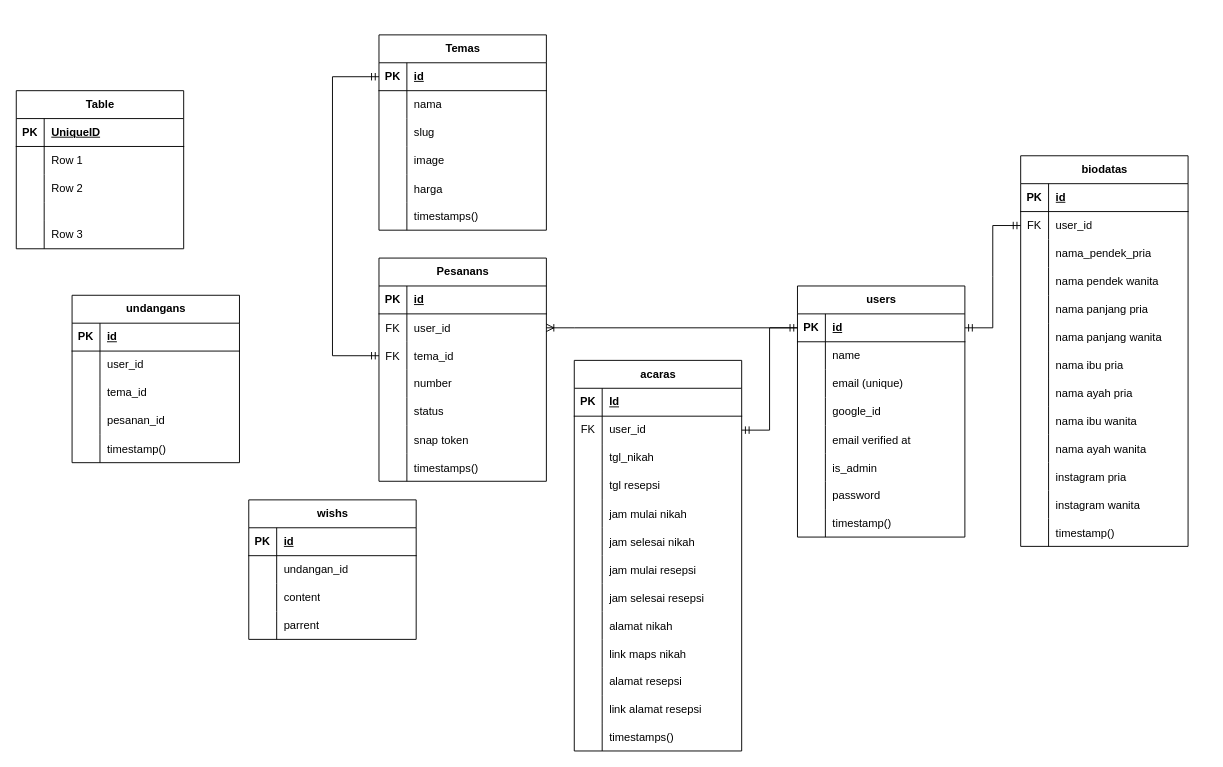
This is Untitled Diagram.drawio from herisukoco/draw.io, a draw.io file, before an edit. Source tidied: cells renumbered, new cells numbered last; positions are measured from the earlier drawing's top-left corner, leaving out a move shared by most shapes. Both pictures are drawn from the tidied source at 93%, with x=0, y=0 at pixel (16, 34).
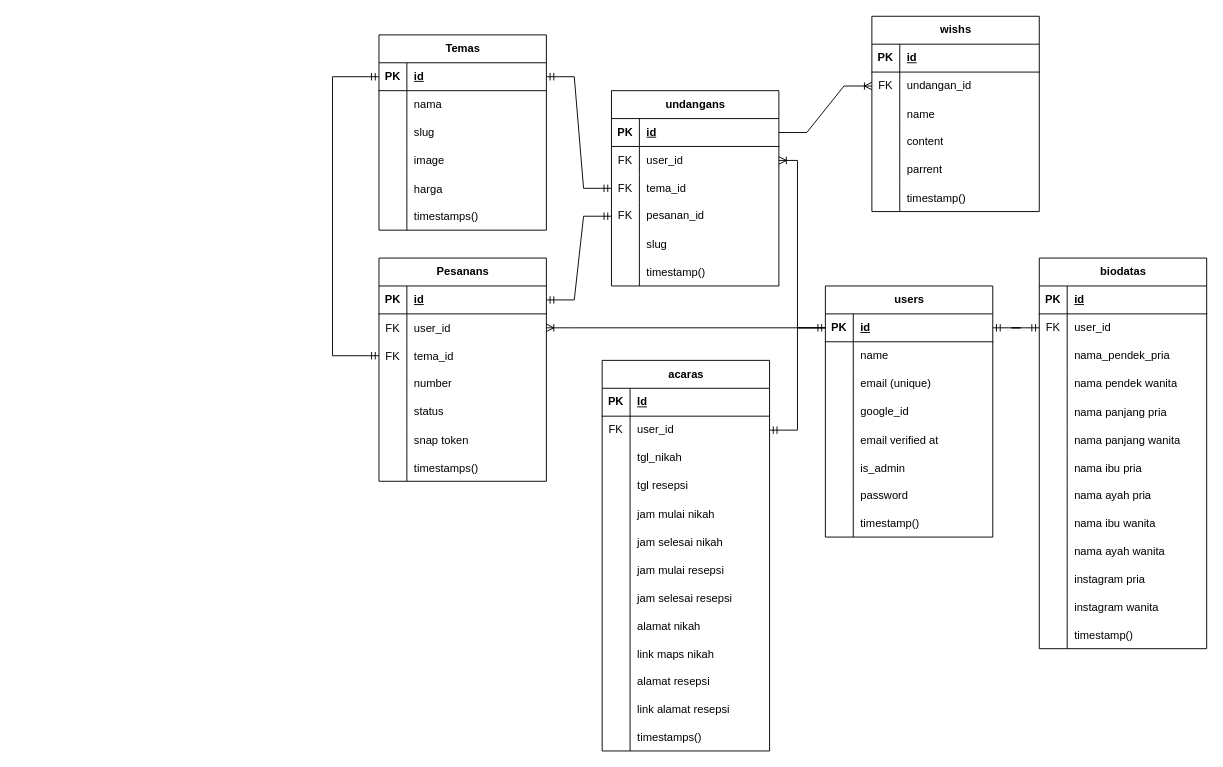
The same page after the edit.

The change refers to these unchanged cells:
```xml
<mxCell id="3" style="shape=tableRow;horizontal=0;startSize=0;swimlaneHead=0;swimlaneBody=0;fillColor=none;points=[[0,0.5],[1,0.5]];portConstraint=eastwest;top=0;left=0;right=0;bottom=1;" parent="2" vertex="1">
  <mxGeometry y="30" width="180" height="30" as="geometry" />
</mxCell>
<mxCell id="110" style="shape=tableRow;horizontal=0;startSize=0;swimlaneHead=0;swimlaneBody=0;fillColor=none;points=[[0,0.5],[1,0.5]];portConstraint=eastwest;top=0;left=0;right=0;bottom=1;" parent="109" vertex="1">
  <mxGeometry y="30" width="180" height="30" as="geometry" />
</mxCell>
<mxCell id="129" style="shape=tableRow;horizontal=0;startSize=0;swimlaneHead=0;swimlaneBody=0;fillColor=none;points=[[0,0.5],[1,0.5]];portConstraint=eastwest;top=0;left=0;right=0;bottom=1;" parent="128" vertex="1">
  <mxGeometry y="30" width="180" height="30" as="geometry" />
</mxCell>
<mxCell id="153" style="shape=tableRow;horizontal=0;startSize=0;swimlaneHead=0;swimlaneBody=0;fillColor=none;points=[[0,0.5],[1,0.5]];portConstraint=eastwest;top=0;left=0;right=0;bottom=1;" parent="152" vertex="1">
  <mxGeometry y="30" width="180" height="30" as="geometry" />
</mxCell>
<mxCell id="156" style="shape=tableRow;horizontal=0;startSize=0;swimlaneHead=0;swimlaneBody=0;fillColor=none;points=[[0,0.5],[1,0.5]];portConstraint=eastwest;top=0;left=0;right=0;bottom=0;" parent="152" vertex="1">
  <mxGeometry y="60" width="180" height="30" as="geometry" />
</mxCell>
<mxCell id="159" style="shape=tableRow;horizontal=0;startSize=0;swimlaneHead=0;swimlaneBody=0;fillColor=none;points=[[0,0.5],[1,0.5]];portConstraint=eastwest;top=0;left=0;right=0;bottom=0;" parent="152" vertex="1">
  <mxGeometry y="90" width="180" height="30" as="geometry" />
</mxCell>
<mxCell id="162" style="shape=tableRow;horizontal=0;startSize=0;swimlaneHead=0;swimlaneBody=0;fillColor=none;points=[[0,0.5],[1,0.5]];portConstraint=eastwest;top=0;left=0;right=0;bottom=0;" parent="152" vertex="1">
  <mxGeometry y="120" width="180" height="30" as="geometry" />
</mxCell>
<mxCell id="172" style="shape=tableRow;horizontal=0;startSize=0;swimlaneHead=0;swimlaneBody=0;fillColor=none;points=[[0,0.5],[1,0.5]];portConstraint=eastwest;top=0;left=0;right=0;bottom=0;" parent="168" vertex="1">
  <mxGeometry y="60" width="180" height="30" as="geometry" />
</mxCell>
```

The edit, as a diff of the source:
```diff
@@
     <mxCell id="2" value="users" style="shape=table;startSize=30;childLayout=tableLayout;rowLines=0;fontStyle=1;align=center;html=1;" parent="1" vertex="1">
-      <mxGeometry x="840" y="270" width="180" height="270" as="geometry" />
+      <mxGeometry x="870" y="270" width="180" height="270" as="geometry" />
     </mxCell>
@@
     <mxCell id="27" value="biodatas" style="shape=table;startSize=30;childLayout=tableLayout;rowLines=0;fontStyle=1;align=center;html=1;" parent="1" vertex="1">
-      <mxGeometry x="1080" y="130" width="180" height="420" as="geometry" />
+      <mxGeometry x="1100" y="240" width="180" height="420" as="geometry" />
     </mxCell>
@@
     <mxCell id="68" value="acaras" style="shape=table;startSize=30;childLayout=tableLayout;rowLines=0;fontStyle=1;align=center;html=1;" parent="1" vertex="1">
-      <mxGeometry x="600" y="350" width="180" height="420" as="geometry" />
+      <mxGeometry x="630" y="350" width="180" height="420" as="geometry" />
     </mxCell>
@@
     <mxCell id="152" value="undangans" style="shape=table;startSize=30;childLayout=tableLayout;rowLines=0;fontStyle=1;align=center;html=1;" parent="1" vertex="1">
-      <mxGeometry x="60" y="280" width="180" height="180" as="geometry" />
+      <mxGeometry x="640" y="60" width="180" height="210" as="geometry" />
     </mxCell>
@@
-    <mxCell id="157" style="shape=partialRectangle;fillColor=none;top=0;left=0;bottom=0;right=0;overflow=hidden;whiteSpace=wrap;html=1;" parent="156" vertex="1">
+    <mxCell id="157" value="FK" style="shape=partialRectangle;fillColor=none;top=0;left=0;bottom=0;right=0;overflow=hidden;whiteSpace=wrap;html=1;" parent="156" vertex="1">
       <mxGeometry width="30" height="30" as="geometry" />
     </mxCell>
@@
-    <mxCell id="160" style="shape=partialRectangle;fillColor=none;top=0;left=0;bottom=0;right=0;overflow=hidden;whiteSpace=wrap;html=1;" parent="159" vertex="1">
+    <mxCell id="160" value="FK" style="shape=partialRectangle;fillColor=none;top=0;left=0;bottom=0;right=0;overflow=hidden;whiteSpace=wrap;html=1;" parent="159" vertex="1">
       <mxGeometry width="30" height="30" as="geometry" />
     </mxCell>
@@
-    <mxCell id="163" style="shape=partialRectangle;fillColor=none;top=0;left=0;bottom=0;right=0;overflow=hidden;whiteSpace=wrap;html=1;" parent="162" vertex="1">
+    <mxCell id="163" value="FK" style="shape=partialRectangle;fillColor=none;top=0;left=0;bottom=0;right=0;overflow=hidden;whiteSpace=wrap;html=1;" parent="162" vertex="1">
       <mxGeometry width="30" height="30" as="geometry" />
     </mxCell>
@@
+    <mxCell id="197" style="shape=tableRow;horizontal=0;startSize=0;swimlaneHead=0;swimlaneBody=0;fillColor=none;top=0;left=0;right=0;bottom=0;" parent="152" vertex="1">
+      <mxGeometry y="150" width="180" height="30" as="geometry" />
+    </mxCell>
+    <mxCell id="198" style="shape=partialRectangle;fillColor=none;top=0;left=0;bottom=0;right=0;overflow=hidden;" parent="197" vertex="1">
+      <mxGeometry width="30" height="30" as="geometry" />
+    </mxCell>
+    <mxCell id="199" value="slug" style="shape=partialRectangle;fillColor=none;top=0;left=0;bottom=0;right=0;align=left;spacingLeft=6;overflow=hidden;" parent="197" vertex="1">
+      <mxGeometry x="30" width="150" height="30" as="geometry" />
+    </mxCell>
     <mxCell id="165" style="shape=tableRow;horizontal=0;startSize=0;swimlaneHead=0;swimlaneBody=0;fillColor=none;top=0;left=0;right=0;bottom=0;" parent="152" vertex="1">
-      <mxGeometry y="150" width="180" height="30" as="geometry" />
+      <mxGeometry y="180" width="180" height="30" as="geometry" />
     </mxCell>
@@
     <mxCell id="168" value="wishs" style="shape=table;startSize=30;childLayout=tableLayout;rowLines=0;fontStyle=1;align=center;html=1;" parent="1" vertex="1">
-      <mxGeometry x="250" y="500" width="180" height="150" as="geometry" />
+      <mxGeometry x="920" y="-20" width="180" height="210" as="geometry" />
     </mxCell>
@@
-    <mxCell id="173" style="shape=partialRectangle;fillColor=none;top=0;left=0;bottom=0;right=0;overflow=hidden;whiteSpace=wrap;html=1;" parent="172" vertex="1">
+    <mxCell id="173" value="FK" style="shape=partialRectangle;fillColor=none;top=0;left=0;bottom=0;right=0;overflow=hidden;whiteSpace=wrap;html=1;" parent="172" vertex="1">
       <mxGeometry width="30" height="30" as="geometry" />
     </mxCell>
@@
+    <mxCell id="188" style="shape=tableRow;horizontal=0;startSize=0;swimlaneHead=0;swimlaneBody=0;fillColor=none;top=0;left=0;right=0;bottom=0;" parent="168" vertex="1">
+      <mxGeometry y="90" width="180" height="30" as="geometry" />
+    </mxCell>
+    <mxCell id="200" style="shape=partialRectangle;fillColor=none;top=0;left=0;bottom=0;right=0;overflow=hidden;" parent="188" vertex="1">
+      <mxGeometry width="30" height="30" as="geometry" />
+    </mxCell>
+    <mxCell id="201" value="name" style="shape=partialRectangle;fillColor=none;top=0;left=0;bottom=0;right=0;align=left;spacingLeft=6;overflow=hidden;" parent="188" vertex="1">
+      <mxGeometry x="30" width="150" height="30" as="geometry" />
+    </mxCell>
     <mxCell id="175" style="shape=tableRow;horizontal=0;startSize=0;swimlaneHead=0;swimlaneBody=0;fillColor=none;top=0;left=0;right=0;bottom=0;" parent="168" vertex="1">
-      <mxGeometry y="90" width="180" height="30" as="geometry" />
+      <mxGeometry y="120" width="180" height="30" as="geometry" />
     </mxCell>
@@
     <mxCell id="178" style="shape=tableRow;horizontal=0;startSize=0;swimlaneHead=0;swimlaneBody=0;fillColor=none;top=0;left=0;right=0;bottom=0;" parent="168" vertex="1">
-      <mxGeometry y="120" width="180" height="30" as="geometry" />
+      <mxGeometry y="150" width="180" height="30" as="geometry" />
     </mxCell>
@@
-    <mxCell id="181" value="Table" style="shape=table;startSize=30;childLayout=tableLayout;rowLines=0;fontStyle=1;align=center;html=1;" parent="1" vertex="1">
-      <mxGeometry y="60" width="180" height="170" as="geometry" />
-    </mxCell>
-    <mxCell id="182" style="shape=tableRow;horizontal=0;startSize=0;swimlaneHead=0;swimlaneBody=0;fillColor=none;top=0;left=0;right=0;bottom=1;" parent="181" vertex="1">
-      <mxGeometry y="30" width="180" height="30" as="geometry" />
-    </mxCell>
-    <mxCell id="183" value="PK" style="shape=partialRectangle;fillColor=none;top=0;left=0;bottom=0;right=0;fontStyle=1;overflow=hidden;whiteSpace=wrap;html=1;" parent="182" vertex="1">
-      <mxGeometry width="30" height="30" as="geometry" />
-    </mxCell>
-    <mxCell id="184" value="UniqueID" style="shape=partialRectangle;fillColor=none;top=0;left=0;bottom=0;right=0;align=left;spacingLeft=6;fontStyle=5;overflow=hidden;whiteSpace=wrap;html=1;" parent="182" vertex="1">
-      <mxGeometry x="30" width="150" height="30" as="geometry" />
-    </mxCell>
-    <mxCell id="185" style="shape=tableRow;horizontal=0;startSize=0;swimlaneHead=0;swimlaneBody=0;fillColor=none;top=0;left=0;right=0;bottom=0;" parent="181" vertex="1">
-      <mxGeometry y="60" width="180" height="30" as="geometry" />
-    </mxCell>
-    <mxCell id="186" style="shape=partialRectangle;fillColor=none;top=0;left=0;bottom=0;right=0;overflow=hidden;whiteSpace=wrap;html=1;" parent="185" vertex="1">
-      <mxGeometry width="30" height="30" as="geometry" />
-    </mxCell>
-    <mxCell id="187" value="Row 1" style="shape=partialRectangle;fillColor=none;top=0;left=0;bottom=0;right=0;align=left;spacingLeft=6;overflow=hidden;whiteSpace=wrap;html=1;" parent="185" vertex="1">
-      <mxGeometry x="30" width="150" height="30" as="geometry" />
-    </mxCell>
-    <mxCell id="188" style="shape=tableRow;horizontal=0;startSize=0;swimlaneHead=0;swimlaneBody=0;fillColor=none;top=0;left=0;right=0;bottom=0;" parent="181" vertex="1">
-      <mxGeometry y="90" width="180" height="30" as="geometry" />
-    </mxCell>
-    <mxCell id="189" style="shape=partialRectangle;fillColor=none;top=0;left=0;bottom=0;right=0;overflow=hidden;whiteSpace=wrap;html=1;" parent="188" vertex="1">
-      <mxGeometry width="30" height="30" as="geometry" />
-    </mxCell>
-    <mxCell id="190" value="Row 2" style="shape=partialRectangle;fillColor=none;top=0;left=0;bottom=0;right=0;align=left;spacingLeft=6;overflow=hidden;whiteSpace=wrap;html=1;" parent="188" vertex="1">
-      <mxGeometry x="30" width="150" height="30" as="geometry" />
-    </mxCell>
-    <mxCell id="191" style="shape=tableRow;horizontal=0;startSize=0;swimlaneHead=0;swimlaneBody=0;fillColor=none;top=0;left=0;right=0;bottom=0;" parent="181" vertex="1">
-      <mxGeometry y="120" width="180" height="20" as="geometry" />
-    </mxCell>
-    <mxCell id="192" style="shape=partialRectangle;fillColor=none;top=0;left=0;bottom=0;right=0;overflow=hidden;whiteSpace=wrap;html=1;" parent="191" vertex="1">
-      <mxGeometry width="30" height="20" as="geometry" />
-    </mxCell>
-    <mxCell id="193" style="shape=partialRectangle;fillColor=none;top=0;left=0;bottom=0;right=0;align=left;spacingLeft=6;overflow=hidden;whiteSpace=wrap;html=1;" parent="191" vertex="1">
-      <mxGeometry x="30" width="150" height="20" as="geometry" />
-    </mxCell>
-    <mxCell id="194" style="shape=tableRow;horizontal=0;startSize=0;swimlaneHead=0;swimlaneBody=0;fillColor=none;top=0;left=0;right=0;bottom=0;" parent="181" vertex="1">
-      <mxGeometry y="140" width="180" height="30" as="geometry" />
-    </mxCell>
-    <mxCell id="195" style="shape=partialRectangle;fillColor=none;top=0;left=0;bottom=0;right=0;overflow=hidden;whiteSpace=wrap;html=1;" parent="194" vertex="1">
-      <mxGeometry width="30" height="30" as="geometry" />
-    </mxCell>
-    <mxCell id="196" value="Row 3" style="shape=partialRectangle;fillColor=none;top=0;left=0;bottom=0;right=0;align=left;spacingLeft=6;overflow=hidden;whiteSpace=wrap;html=1;" parent="194" vertex="1">
-      <mxGeometry x="30" width="150" height="30" as="geometry" />
-    </mxCell>
+    <mxCell id="202" style="shape=tableRow;horizontal=0;startSize=0;swimlaneHead=0;swimlaneBody=0;fillColor=none;top=0;left=0;right=0;bottom=0;" parent="168" vertex="1">
+      <mxGeometry y="180" width="180" height="30" as="geometry" />
+    </mxCell>
+    <mxCell id="203" style="shape=partialRectangle;fillColor=none;top=0;left=0;bottom=0;right=0;overflow=hidden;" parent="202" vertex="1">
+      <mxGeometry width="30" height="30" as="geometry" />
+    </mxCell>
+    <mxCell id="204" value="timestamp()" style="shape=partialRectangle;fillColor=none;top=0;left=0;bottom=0;right=0;align=left;spacingLeft=6;overflow=hidden;" parent="202" vertex="1">
+      <mxGeometry x="30" width="150" height="30" as="geometry" />
+    </mxCell>
+    <mxCell id="205" style="edgeStyle=orthogonalEdgeStyle;fontSize=12;html=1;endArrow=ERoneToMany;rounded=0;elbow=vertical;" parent="1" edge="1" source="3" target="156">
+      <mxGeometry relative="1" as="geometry">
+        <Array as="points">
+          <mxPoint x="840" y="315" />
+          <mxPoint x="840" y="135" />
+        </Array>
+      </mxGeometry>
+    </mxCell>
+    <mxCell id="206" style="edgeStyle=entityRelationEdgeStyle;fontSize=12;html=1;endArrow=ERoneToMany;rounded=0;entryX=0;entryY=0.5;entryDx=0;entryDy=0;exitX=1;exitY=0.5;exitDx=0;exitDy=0;" parent="1" edge="1" source="153" target="172">
+      <mxGeometry relative="1" as="geometry" />
+    </mxCell>
+    <mxCell id="207" style="edgeStyle=entityRelationEdgeStyle;fontSize=12;html=1;endArrow=ERmandOne;startArrow=ERmandOne;rounded=0;entryX=0;entryY=0.5;entryDx=0;entryDy=0;exitX=1;exitY=0.5;exitDx=0;exitDy=0;" parent="1" edge="1" source="110" target="159">
+      <mxGeometry relative="1" as="geometry" />
+    </mxCell>
+    <mxCell id="208" style="edgeStyle=entityRelationEdgeStyle;fontSize=12;html=1;endArrow=ERmandOne;startArrow=ERmandOne;rounded=0;entryX=0;entryY=0.5;entryDx=0;entryDy=0;exitX=1;exitY=0.5;exitDx=0;exitDy=0;" parent="1" edge="1" source="129" target="162">
+      <mxGeometry relative="1" as="geometry" />
+    </mxCell>
```
